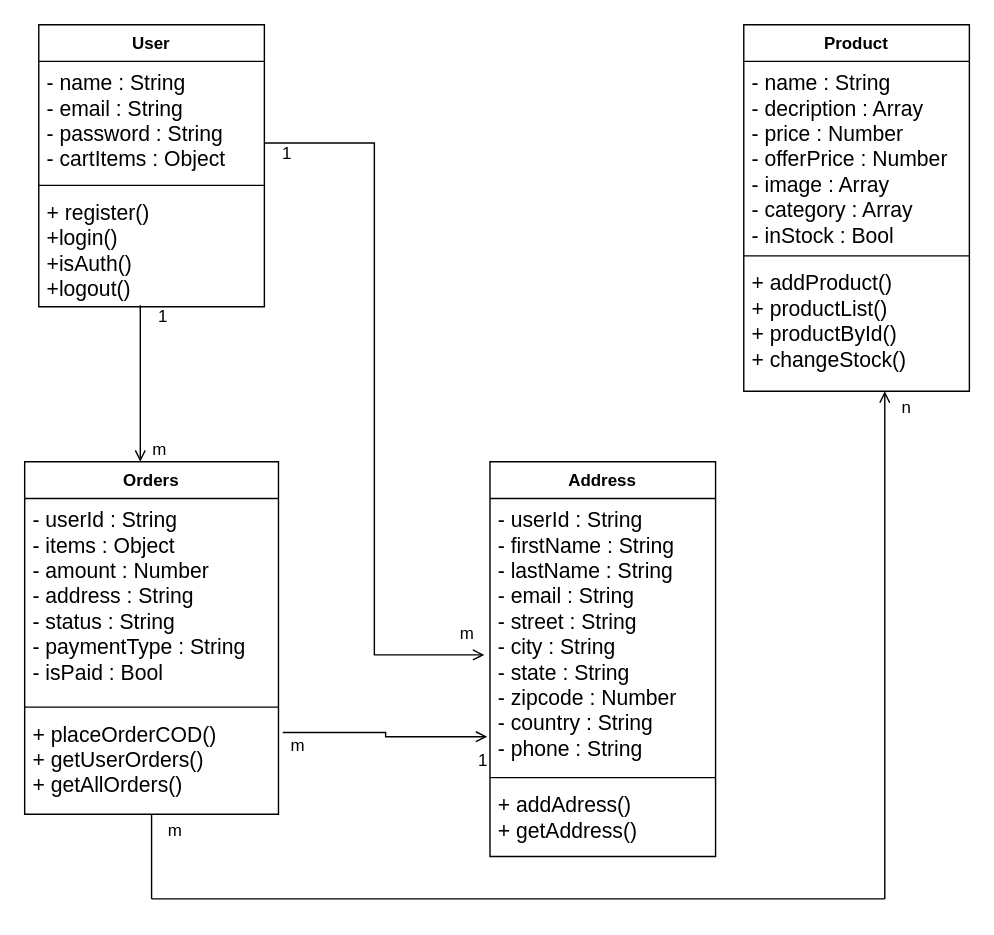
Before: docs/class/class diagram.drawio in EvandriRidho/Rizquna-Bakery, a draw.io diagram. Source tidied: cells renumbered, new cells numbered last; positions are measured from the earlier drawing's top-left corner, leaving out a move shared by most shapes. Both pictures are drawn from the tidied source at 141%, with x=0, y=0 at pixel (24, 24).
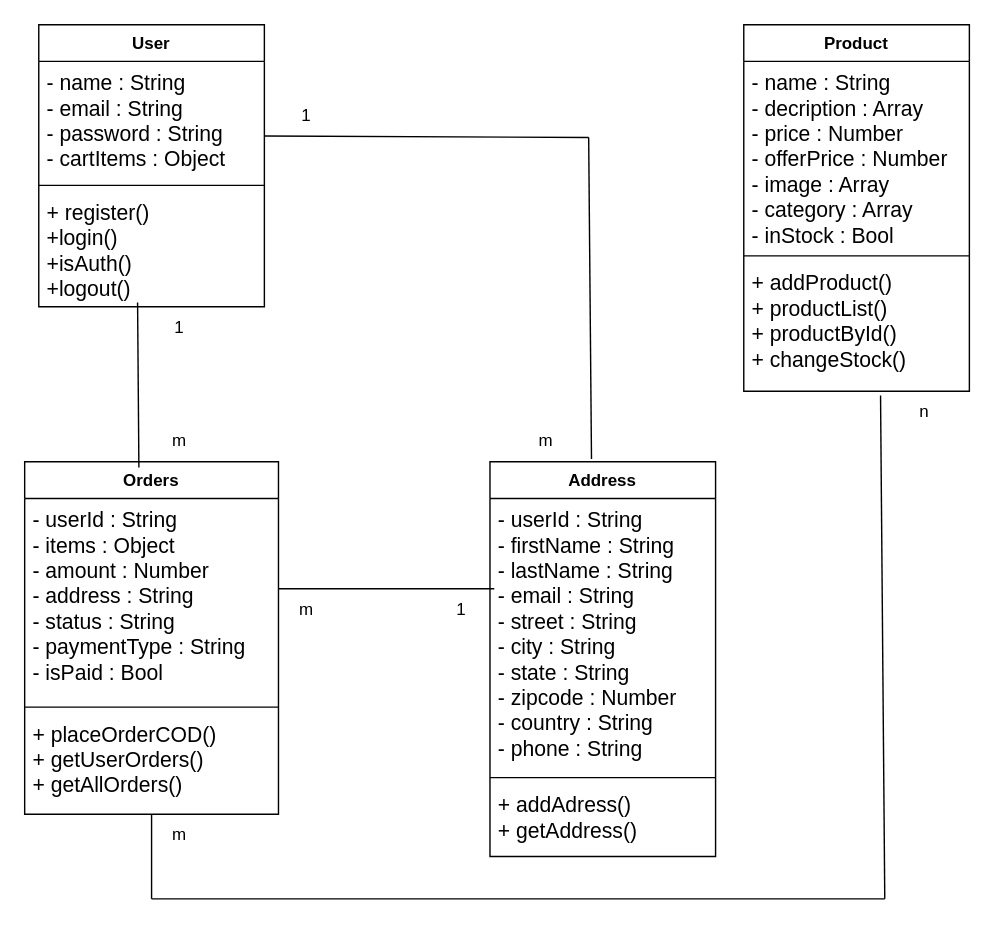
The same diagram, later.

Unchanged cells that the change refers to:
```xml
<mxCell id="3" value="&lt;font style=&quot;font-size: 15px;&quot;&gt;- name : String&lt;/font&gt;&lt;div&gt;&lt;font style=&quot;font-size: 15px;&quot;&gt;- email : String&lt;/font&gt;&lt;/div&gt;&lt;div&gt;&lt;font style=&quot;font-size: 15px;&quot;&gt;- password : String&lt;/font&gt;&lt;/div&gt;&lt;div&gt;&lt;font style=&quot;font-size: 15px;&quot;&gt;- cartItems : Object&lt;/font&gt;&lt;/div&gt;" style="text;strokeColor=none;fillColor=none;align=left;verticalAlign=top;spacingLeft=4;spacingRight=4;overflow=hidden;points=[[0,0.5],[1,0.5]];portConstraint=eastwest;whiteSpace=wrap;html=1;" parent="2" vertex="1">
  <mxGeometry y="26" width="160" height="84" as="geometry" />
</mxCell>
<mxCell id="5" value="&lt;font style=&quot;font-size: 15px;&quot;&gt;+ register()&lt;/font&gt;&lt;div&gt;&lt;font style=&quot;font-size: 15px;&quot;&gt;+login()&lt;/font&gt;&lt;/div&gt;&lt;div&gt;&lt;font style=&quot;font-size: 15px;&quot;&gt;+isAuth()&lt;/font&gt;&lt;/div&gt;&lt;div&gt;&lt;font style=&quot;font-size: 15px;&quot;&gt;+logout()&lt;/font&gt;&lt;/div&gt;" style="text;strokeColor=none;fillColor=none;align=left;verticalAlign=top;spacingLeft=4;spacingRight=4;overflow=hidden;points=[[0,0.5],[1,0.5]];portConstraint=eastwest;whiteSpace=wrap;html=1;" parent="2" vertex="1">
  <mxGeometry y="118" width="160" height="82" as="geometry" />
</mxCell>
<mxCell id="9" value="&lt;font style=&quot;font-size: 15px;&quot;&gt;+ addProduct()&lt;br&gt;+ productList()&lt;br&gt;+ productById()&lt;br&gt;+ changeStock()&lt;/font&gt;" style="text;strokeColor=none;fillColor=none;align=left;verticalAlign=top;spacingLeft=4;spacingRight=4;overflow=hidden;points=[[0,0.5],[1,0.5]];portConstraint=eastwest;whiteSpace=wrap;html=1;" parent="6" vertex="1">
  <mxGeometry y="168" width="160" height="92" as="geometry" />
</mxCell>
<mxCell id="10" value="Orders" style="swimlane;fontStyle=1;align=center;verticalAlign=top;horizontal=1;startSize=26;whiteSpace=wrap;html=1;" parent="1" vertex="1">
  <mxGeometry y="310" width="180" height="250" as="geometry" />
</mxCell>
<mxCell id="13" value="&lt;font style=&quot;font-size: 15px;&quot;&gt;+ placeOrderCOD()&lt;br&gt;+ getUserOrders()&lt;br&gt;+ getAllOrders()&lt;/font&gt;" style="text;strokeColor=none;fillColor=none;align=left;verticalAlign=top;spacingLeft=4;spacingRight=4;overflow=hidden;points=[[0,0.5],[1,0.5]];portConstraint=eastwest;whiteSpace=wrap;html=1;" parent="10" vertex="1">
  <mxGeometry y="178" width="180" height="72" as="geometry" />
</mxCell>
<mxCell id="15" value="&lt;font style=&quot;font-size: 15px;&quot;&gt;- userId : String&lt;br&gt;- firstName : String&lt;br&gt;- lastName : String&lt;br&gt;- email : String&lt;br&gt;- street : String&lt;br&gt;- city : String&lt;br&gt;- state : String&lt;br&gt;- zipcode : Number&lt;/font&gt;&lt;div&gt;&lt;font style=&quot;font-size: 15px;&quot;&gt;- country : String&lt;br&gt;- phone : String&lt;br&gt;&lt;/font&gt;&lt;br&gt;&lt;/div&gt;" style="text;strokeColor=none;fillColor=none;align=left;verticalAlign=top;spacingLeft=4;spacingRight=4;overflow=hidden;points=[[0,0.5],[1,0.5]];portConstraint=eastwest;whiteSpace=wrap;html=1;" parent="14" vertex="1">
  <mxGeometry y="26" width="160" height="194" as="geometry" />
</mxCell>
```

The edit, as a diff of the source:
```diff
@@
-    <mxCell id="18" style="endArrow=open;shadow=0;strokeWidth=1;rounded=0;curved=0;endFill=1;edgeStyle=elbowEdgeStyle;elbow=horizontal;exitX=0.45;exitY=0.988;exitDx=0;exitDy=0;exitPerimeter=0;" parent="1" edge="1" source="5">
-      <mxGeometry x="0.5" y="41" relative="1" as="geometry">
-        <mxPoint x="82" y="310" as="targetPoint" />
-        <mxPoint x="-40" y="32" as="offset" />
-      </mxGeometry>
-    </mxCell>
-    <mxCell id="19" value="1" style="align=left;verticalAlign=bottom;labelBackgroundColor=none;fontSize=12;" parent="18" vertex="1">
-      <mxGeometry x="-1" relative="1" as="geometry">
-        <mxPoint x="11" y="16" as="offset" />
-      </mxGeometry>
-    </mxCell>
-    <mxCell id="20" value="m" style="align=right;verticalAlign=bottom;labelBackgroundColor=none;fontSize=12;" parent="18" vertex="1">
-      <mxGeometry x="1" relative="1" as="geometry">
-        <mxPoint x="20" as="offset" />
-      </mxGeometry>
-    </mxCell>
-    <mxCell id="21" style="endArrow=open;shadow=0;strokeWidth=1;rounded=0;curved=0;endFill=1;edgeStyle=elbowEdgeStyle;elbow=horizontal;exitX=1;exitY=0.69;exitDx=0;exitDy=0;exitPerimeter=0;entryX=-0.025;entryY=0.572;entryDx=0;entryDy=0;entryPerimeter=0;" parent="1" edge="1" source="3" target="15">
-      <mxGeometry x="0.5" y="41" relative="1" as="geometry">
-        <mxPoint x="-40" y="32" as="offset" />
-      </mxGeometry>
-    </mxCell>
-    <mxCell id="22" value="1" style="align=left;verticalAlign=bottom;labelBackgroundColor=none;fontSize=12;" parent="21" vertex="1">
-      <mxGeometry x="-1" relative="1" as="geometry">
-        <mxPoint x="11" y="16" as="offset" />
-      </mxGeometry>
-    </mxCell>
-    <mxCell id="23" value="m" style="align=right;verticalAlign=bottom;labelBackgroundColor=none;fontSize=12;" parent="21" vertex="1">
-      <mxGeometry x="1" relative="1" as="geometry">
-        <mxPoint x="-6" y="-7" as="offset" />
-      </mxGeometry>
-    </mxCell>
-    <mxCell id="24" style="endArrow=open;shadow=0;strokeWidth=1;rounded=0;curved=0;endFill=1;edgeStyle=elbowEdgeStyle;elbow=horizontal;" parent="1" edge="1" target="9">
-      <mxGeometry x="0.5" y="41" relative="1" as="geometry">
-        <mxPoint x="610" y="620" as="sourcePoint" />
-        <mxPoint x="-40" y="32" as="offset" />
-      </mxGeometry>
-    </mxCell>
-    <mxCell id="25" value="m" style="align=left;verticalAlign=bottom;labelBackgroundColor=none;fontSize=12;" parent="24" vertex="1">
-      <mxGeometry x="-1" relative="1" as="geometry">
-        <mxPoint x="-510" y="-40" as="offset" />
-      </mxGeometry>
-    </mxCell>
-    <mxCell id="26" value="n" style="align=right;verticalAlign=bottom;labelBackgroundColor=none;fontSize=12;" parent="24" vertex="1">
-      <mxGeometry x="1" relative="1" as="geometry">
-        <mxPoint x="20" y="20" as="offset" />
-      </mxGeometry>
-    </mxCell>
@@
-    <mxCell id="29" style="endArrow=open;shadow=0;strokeWidth=1;rounded=0;curved=0;endFill=1;edgeStyle=elbowEdgeStyle;elbow=horizontal;exitX=1.017;exitY=0.194;exitDx=0;exitDy=0;exitPerimeter=0;entryX=-0.012;entryY=0.871;entryDx=0;entryDy=0;entryPerimeter=0;" parent="1" edge="1" source="13" target="15">
-      <mxGeometry x="0.5" y="41" relative="1" as="geometry">
-        <mxPoint x="-40" y="32" as="offset" />
-      </mxGeometry>
-    </mxCell>
-    <mxCell id="30" value="1" style="align=left;verticalAlign=bottom;labelBackgroundColor=none;fontSize=12;" parent="29" vertex="1">
-      <mxGeometry x="-1" relative="1" as="geometry">
-        <mxPoint x="137" y="28" as="offset" />
-      </mxGeometry>
-    </mxCell>
-    <mxCell id="31" value="m" style="align=right;verticalAlign=bottom;labelBackgroundColor=none;fontSize=12;" parent="29" vertex="1">
-      <mxGeometry x="1" relative="1" as="geometry">
-        <mxPoint x="-128" y="15" as="offset" />
-      </mxGeometry>
-    </mxCell>
+    <mxCell id="32" style="endArrow=none;html=1;rounded=0;exitX=1;exitY=0.631;exitDx=0;exitDy=0;exitPerimeter=0;" parent="1" edge="1" source="3">
+      <mxGeometry relative="1" as="geometry">
+        <mxPoint x="400" y="80" as="targetPoint" />
+      </mxGeometry>
+    </mxCell>
+    <mxCell id="33" style="endArrow=none;html=1;rounded=0;" parent="1" edge="1">
+      <mxGeometry relative="1" as="geometry">
+        <mxPoint x="402" y="308" as="sourcePoint" />
+        <mxPoint x="400" y="80" as="targetPoint" />
+      </mxGeometry>
+    </mxCell>
+    <mxCell id="34" value="1" style="text;html=1;align=center;verticalAlign=middle;whiteSpace=wrap;rounded=0;" parent="1" vertex="1">
+      <mxGeometry x="170" y="50" width="60" height="30" as="geometry" />
+    </mxCell>
+    <mxCell id="35" value="m" style="text;html=1;align=center;verticalAlign=middle;whiteSpace=wrap;rounded=0;" parent="1" vertex="1">
+      <mxGeometry x="340" y="280" width="60" height="30" as="geometry" />
+    </mxCell>
+    <mxCell id="36" style="endArrow=none;html=1;rounded=0;entryX=0.438;entryY=0.963;entryDx=0;entryDy=0;entryPerimeter=0;exitX=0.45;exitY=0.016;exitDx=0;exitDy=0;exitPerimeter=0;" parent="1" edge="1" source="10" target="5">
+      <mxGeometry relative="1" as="geometry" />
+    </mxCell>
+    <mxCell id="37" value="1" style="text;html=1;align=center;verticalAlign=middle;whiteSpace=wrap;rounded=0;" parent="1" vertex="1">
+      <mxGeometry x="80" y="200" width="60" height="30" as="geometry" />
+    </mxCell>
+    <mxCell id="38" value="m" style="text;html=1;align=center;verticalAlign=middle;whiteSpace=wrap;rounded=0;" parent="1" vertex="1">
+      <mxGeometry x="80" y="280" width="60" height="30" as="geometry" />
+    </mxCell>
+    <mxCell id="39" style="endArrow=none;html=1;rounded=0;exitX=0.167;exitY=0.001;exitDx=0;exitDy=0;exitPerimeter=0;entryX=0.019;entryY=0.33;entryDx=0;entryDy=0;entryPerimeter=0;" parent="1" edge="1" source="40" target="15">
+      <mxGeometry relative="1" as="geometry" />
+    </mxCell>
+    <mxCell id="40" value="m" style="text;html=1;align=center;verticalAlign=middle;whiteSpace=wrap;rounded=0;" parent="1" vertex="1">
+      <mxGeometry x="170" y="400" width="60" height="30" as="geometry" />
+    </mxCell>
+    <mxCell id="41" value="1" style="text;html=1;align=center;verticalAlign=middle;whiteSpace=wrap;rounded=0;" parent="1" vertex="1">
+      <mxGeometry x="280" y="400" width="60" height="30" as="geometry" />
+    </mxCell>
+    <mxCell id="42" value="m" style="text;html=1;align=center;verticalAlign=middle;whiteSpace=wrap;rounded=0;" parent="1" vertex="1">
+      <mxGeometry x="80" y="560" width="60" height="30" as="geometry" />
+    </mxCell>
+    <mxCell id="43" style="endArrow=none;html=1;rounded=0;" parent="1" edge="1">
+      <mxGeometry relative="1" as="geometry">
+        <mxPoint x="610" y="620" as="sourcePoint" />
+        <mxPoint x="607" y="263" as="targetPoint" />
+      </mxGeometry>
+    </mxCell>
+    <mxCell id="26" value="n&amp;nbsp;" style="text;html=1;align=center;verticalAlign=middle;whiteSpace=wrap;rounded=0;" parent="1" vertex="1">
+      <mxGeometry x="610" y="260" width="60" height="30" as="geometry" />
+    </mxCell>
```
